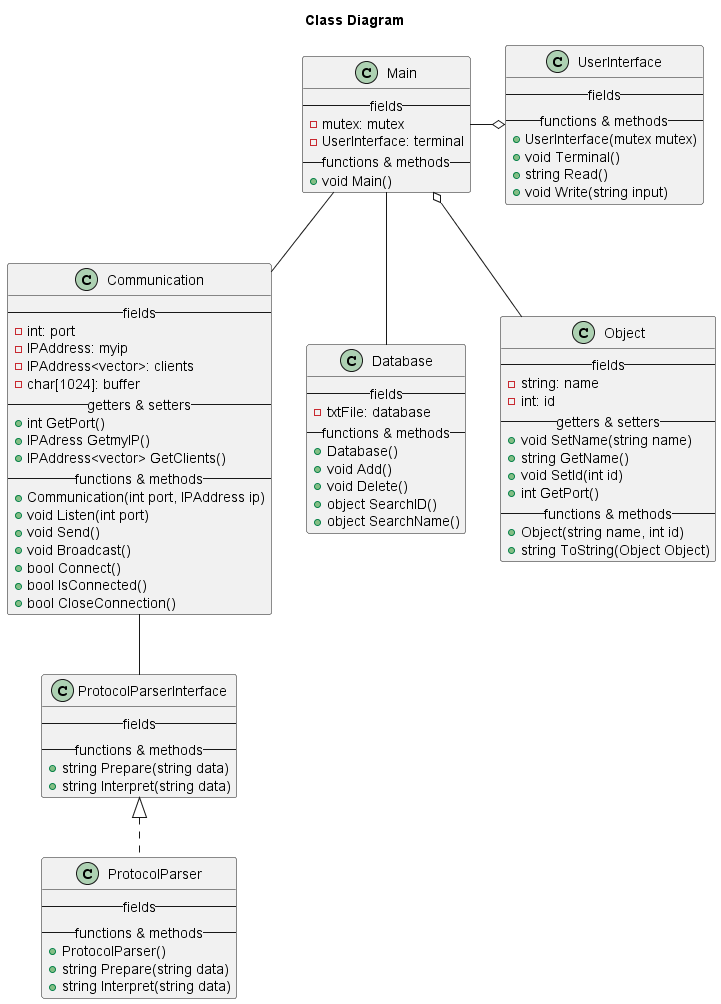
T3-FindIt/FindIt keeps this PlantUML diagram as Designs/Server Design/ClassDiagram.png. Above is the earlier version.
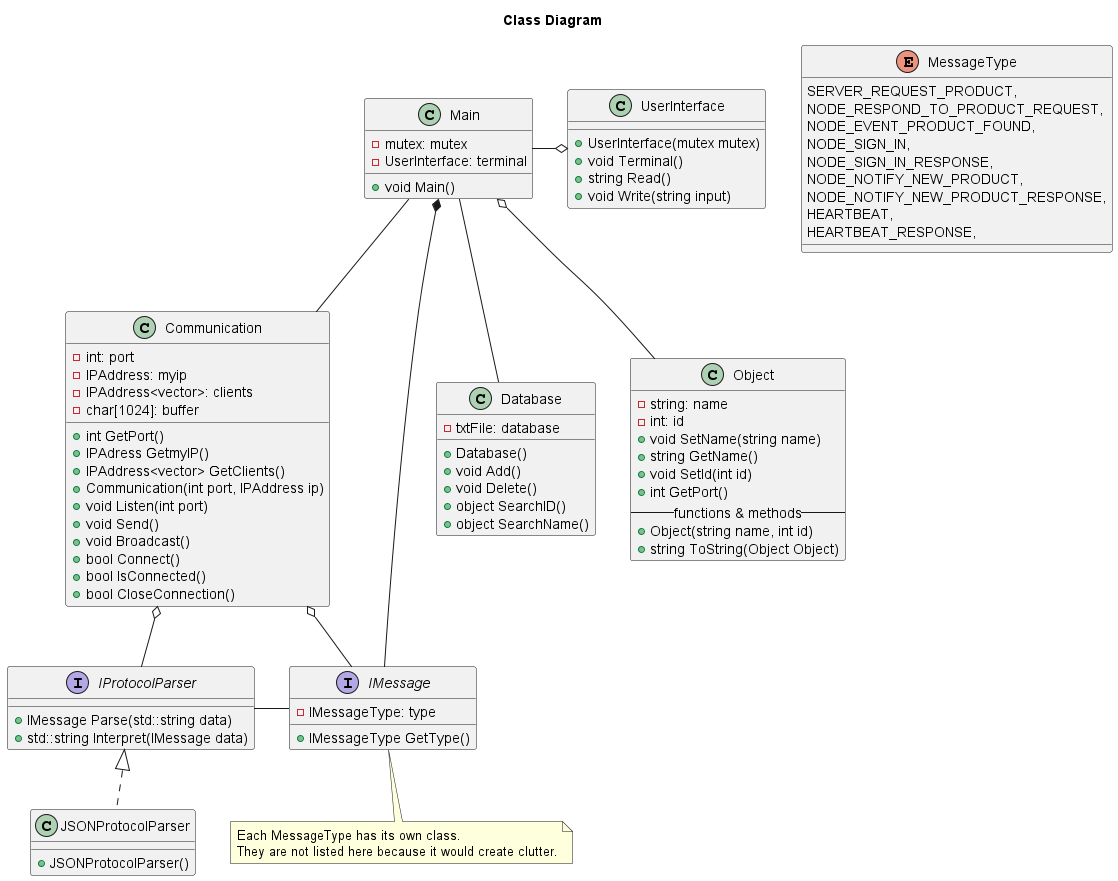
After the change.

Diff of the diagram source:
```diff
@@ -3,16 +3,13 @@
 
 Class Communication
 {
-    -- fields --
     {field} - int: port
     {field} - IPAddress: myip
     {field} - IPAddress<vector>: clients
     {field} - char[1024]: buffer
-    -- getters & setters --
     {method} + int GetPort()
     {method} + IPAdress GetmyIP()
     {method} + IPAddress<vector> GetClients()
-    -- functions & methods --
     {method} + Communication(int port, IPAddress ip)
     {method} + void Listen(int port)
     {method} + void Send()
@@ -24,9 +21,7 @@
 
 Class Database
 {
-    -- fields --
     {field} - txtFile: database
-    -- functions & methods --
     {method} + Database()
     {method} + void Add()
     {method} + void Delete()
@@ -36,10 +31,8 @@
 
 Class Object
 {
-    -- fields --
     {field} - string: name
     {field} - int: id
-    -- getters & setters --
     {method} + void SetName(string name)
     {method} + string GetName()
     {method} + void SetId(int id)
@@ -49,27 +42,43 @@
     {method} + string ToString(Object Object)
 }
 
-Class ProtocolParserInterface
+enum MessageType
 {
-    -- fields --
-    -- functions & methods --
-    {method} + string Prepare(string data)
-    {method} + string Interpret(string data)
+    SERVER_REQUEST_PRODUCT,
+    NODE_RESPOND_TO_PRODUCT_REQUEST,
+    NODE_EVENT_PRODUCT_FOUND,
+    NODE_SIGN_IN,
+    NODE_SIGN_IN_RESPONSE,
+    NODE_NOTIFY_NEW_PRODUCT,
+    NODE_NOTIFY_NEW_PRODUCT_RESPONSE,
+    HEARTBEAT,
+    HEARTBEAT_RESPONSE,
 }
 
-Class ProtocolParser
+interface IMessage
 {
-    -- fields --
-    -- functions & methods --
-    {method} + ProtocolParser()
-    {method} + string Prepare(string data)
-    {method} + string Interpret(string data)
+    {field} - IMessageType: type
+    {method} + IMessageType GetType()
+}
+
+note bottom of IMessage
+Each MessageType has its own class.
+They are not listed here because it would create clutter.
+end note
+
+interface IProtocolParser
+{
+    {method} + IMessage Parse(std::string data)
+    {method} + std::string Interpret(IMessage data)
+}
+
+Class JSONProtocolParser
+{
+    {method} + JSONProtocolParser()
 }
 
 Class UserInterface
 {
-    -- fields --
-    -- functions & methods --
     {method} + UserInterface(mutex mutex)
     {method} + void Terminal()
     {method} + string Read()
@@ -78,10 +87,8 @@
 
 Class Main
 {
-    -- fields --
     {field} - mutex: mutex
     {field} - UserInterface: terminal
-    -- functions & methods --
     {method} + void Main()
 }
 
@@ -91,8 +98,11 @@
 Main o-- Object
 Main -- Database
 Main -- Communication
-ProtocolParserInterface <|.. ProtocolParser
-Communication -- ProtocolParserInterface
+Main *-- IMessage
+Communication o-- IMessage
+IProtocolParser <|.. JSONProtocolParser
+IProtocolParser - IMessage
+Communication o-- IProtocolParser
 
 
 
```
